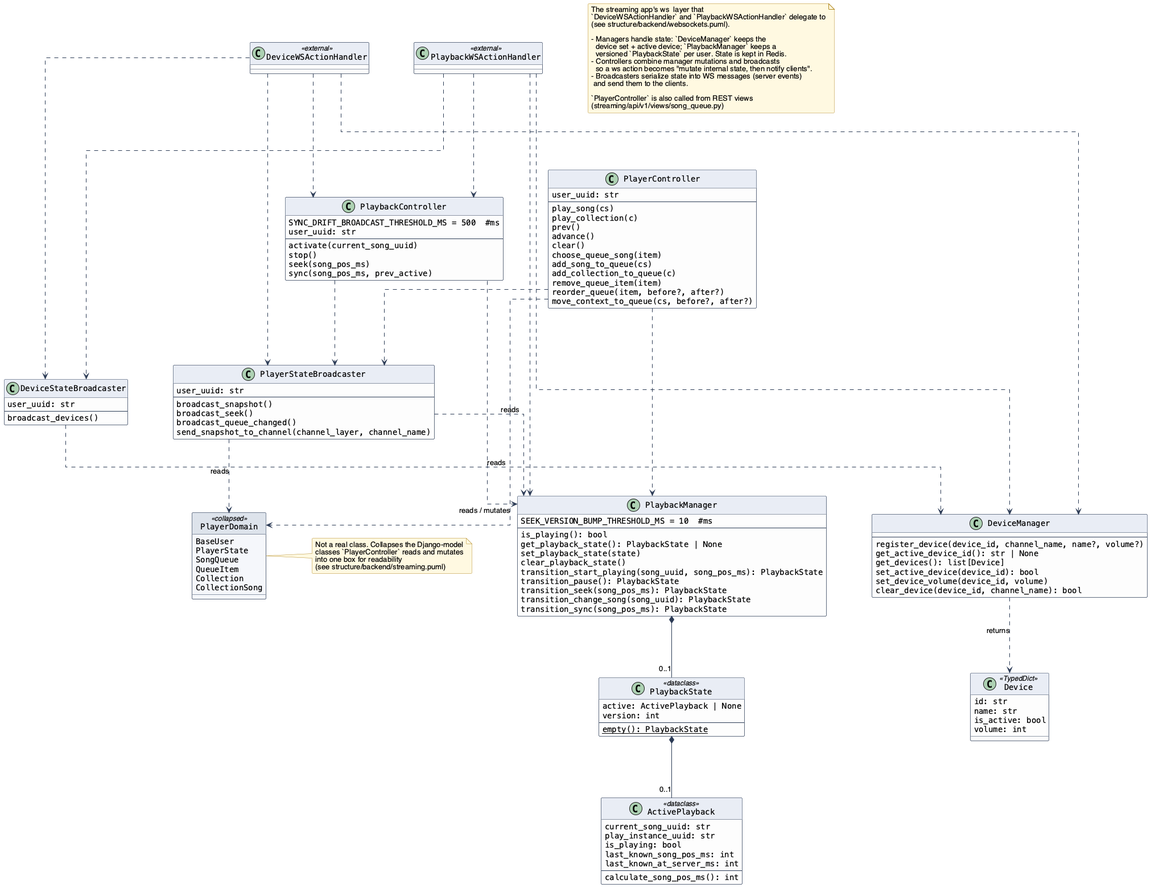
Earlier version of the PlantUML export text/diagrams/StreamingWsClassDiagram.png (ddrddrr/musikk). The source it was exported from:
```plantuml
@startuml StreamingWsClassDiagram

!include ../../_style.puml

note as n1
The streaming app's ws  layer that
`DeviceWSActionHandler` and `PlaybackWSActionHandler` delegate to
(see structure/backend/websockets.puml).

- Managers handle state: `DeviceManager` keeps the
  device set + active device; `PlaybackManager` keeps a
  versioned `PlaybackState` per user. State is kept in Redis.
- Controllers combine manager mutations and broadcasts
  so a ws action becomes "mutate internal state, then notify clients".
- Broadcasters serialize state into WS messages (server events)
 and send them to the clients.

`PlayerController` is also called from REST views
(streaming/api/v1/views/song_queue.py)
end note

class PlayerDomain <<collapsed>> {
    BaseUser
    PlayerState
    SongQueue
    QueueItem
    Collection
    CollectionSong
}

note right of PlayerDomain
Not a real class. Collapses the Django-model
classes `PlayerController` reads and mutates
into one box for readability
(see structure/backend/streaming.puml)
end note

together {
    class DeviceWSActionHandler <<external>>
    class PlaybackWSActionHandler <<external>>
}

class Device <<TypedDict>> {
    id: str
    name: str
    is_active: bool
    volume: int
}

class ActivePlayback <<dataclass>> {
    current_song_uuid: str
    play_instance_uuid: str
    is_playing: bool
    last_known_song_pos_ms: int
    last_known_at_server_ms: int
    --
    calculate_song_pos_ms(): int
}

class PlaybackState <<dataclass>> {
    active: ActivePlayback | None
    version: int
    --
    {static} empty(): PlaybackState
}

together {
    class DeviceManager {
        --
        register_device(device_id, channel_name, name?, volume?)
        get_active_device_id(): str | None
        get_devices(): list[Device]
        set_active_device(device_id): bool
        set_device_volume(device_id, volume)
        clear_device(device_id, channel_name): bool
    }

    class PlaybackManager {
        SEEK_VERSION_BUMP_THRESHOLD_MS = 10  #ms
        --
        is_playing(): bool
        get_playback_state(): PlaybackState | None
        set_playback_state(state)
        clear_playback_state()
        transition_start_playing(song_uuid, song_pos_ms): PlaybackState
        transition_pause(): PlaybackState
        transition_seek(song_pos_ms): PlaybackState
        transition_change_song(song_uuid): PlaybackState
        transition_sync(song_pos_ms): PlaybackState
    }
}

together {
    class PlaybackController {
        SYNC_DRIFT_BROADCAST_THRESHOLD_MS = 500  #ms
        user_uuid: str
        --
        activate(current_song_uuid)
        stop()
        seek(song_pos_ms)
        sync(song_pos_ms, prev_active)
    }

    class PlayerController {
        user_uuid: str
        --
        play_song(cs)
        play_collection(c)
        prev()
        advance()
        clear()
        choose_queue_song(item)
        add_song_to_queue(cs)
        add_collection_to_queue(c)
        remove_queue_item(item)
        reorder_queue(item, before?, after?)
        move_context_to_queue(cs, before?, after?)
    }
}

together {
    class DeviceStateBroadcaster {
        user_uuid: str
        --
        broadcast_devices()
    }

    class PlayerStateBroadcaster {
        user_uuid: str
        --
        broadcast_snapshot()
        broadcast_seek()
        broadcast_queue_changed()
        send_snapshot_to_channel(channel_layer, channel_name)
    }
}

DeviceManager ..> Device : returns
PlaybackManager *-- "0..1" PlaybackState
PlaybackState *-- "0..1" ActivePlayback

DeviceWSActionHandler ..> DeviceManager
DeviceWSActionHandler ..> PlaybackController
DeviceWSActionHandler ..> DeviceStateBroadcaster
DeviceWSActionHandler ..> PlayerStateBroadcaster

PlaybackWSActionHandler ..> PlaybackManager
PlaybackWSActionHandler ..> PlaybackController
PlaybackWSActionHandler ..> DeviceManager
PlaybackWSActionHandler ..> DeviceStateBroadcaster

PlaybackController ..> PlaybackManager
PlaybackController ..> PlayerStateBroadcaster

PlayerController ..> PlaybackManager
PlayerController ..> PlayerStateBroadcaster
PlayerController ..> PlayerDomain : reads / mutates

DeviceStateBroadcaster ..> DeviceManager : reads
PlayerStateBroadcaster ..> PlaybackManager : reads
PlayerStateBroadcaster ..> PlayerDomain : reads

@enduml
```
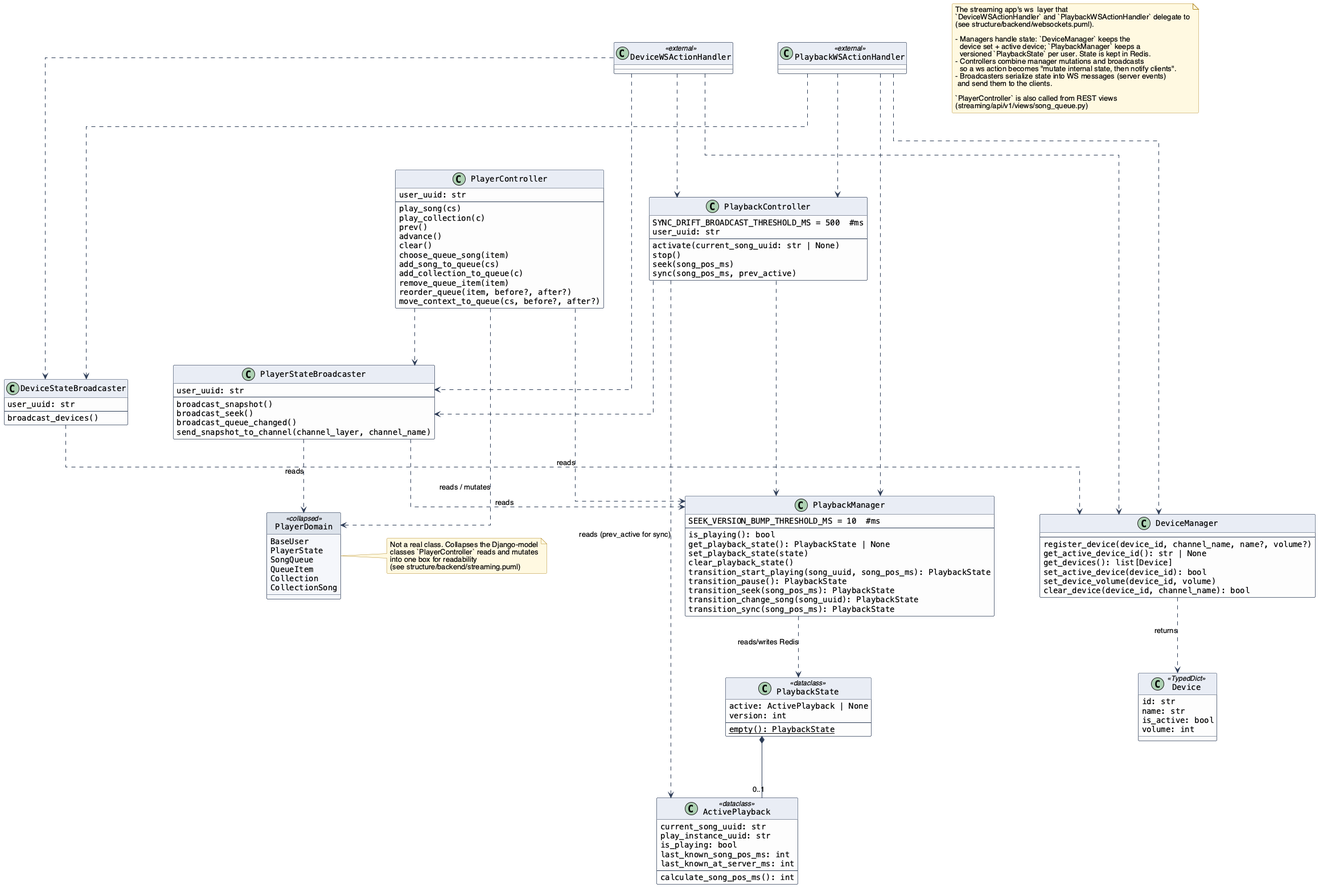
The same file after the commit.

Change to the diagram source:
```diff
@@ -95,7 +95,7 @@
         SYNC_DRIFT_BROADCAST_THRESHOLD_MS = 500  #ms
         user_uuid: str
         --
-        activate(current_song_uuid)
+        activate(current_song_uuid: str | None)
         stop()
         seek(song_pos_ms)
         sync(song_pos_ms, prev_active)
@@ -136,7 +136,7 @@
 }
 
 DeviceManager ..> Device : returns
-PlaybackManager *-- "0..1" PlaybackState
+PlaybackManager ..> PlaybackState : reads/writes Redis
 PlaybackState *-- "0..1" ActivePlayback
 
 DeviceWSActionHandler ..> DeviceManager
@@ -151,6 +151,7 @@
 
 PlaybackController ..> PlaybackManager
 PlaybackController ..> PlayerStateBroadcaster
+PlaybackController ..> ActivePlayback : reads (prev_active for sync)
 
 PlayerController ..> PlaybackManager
 PlayerController ..> PlayerStateBroadcaster
```
